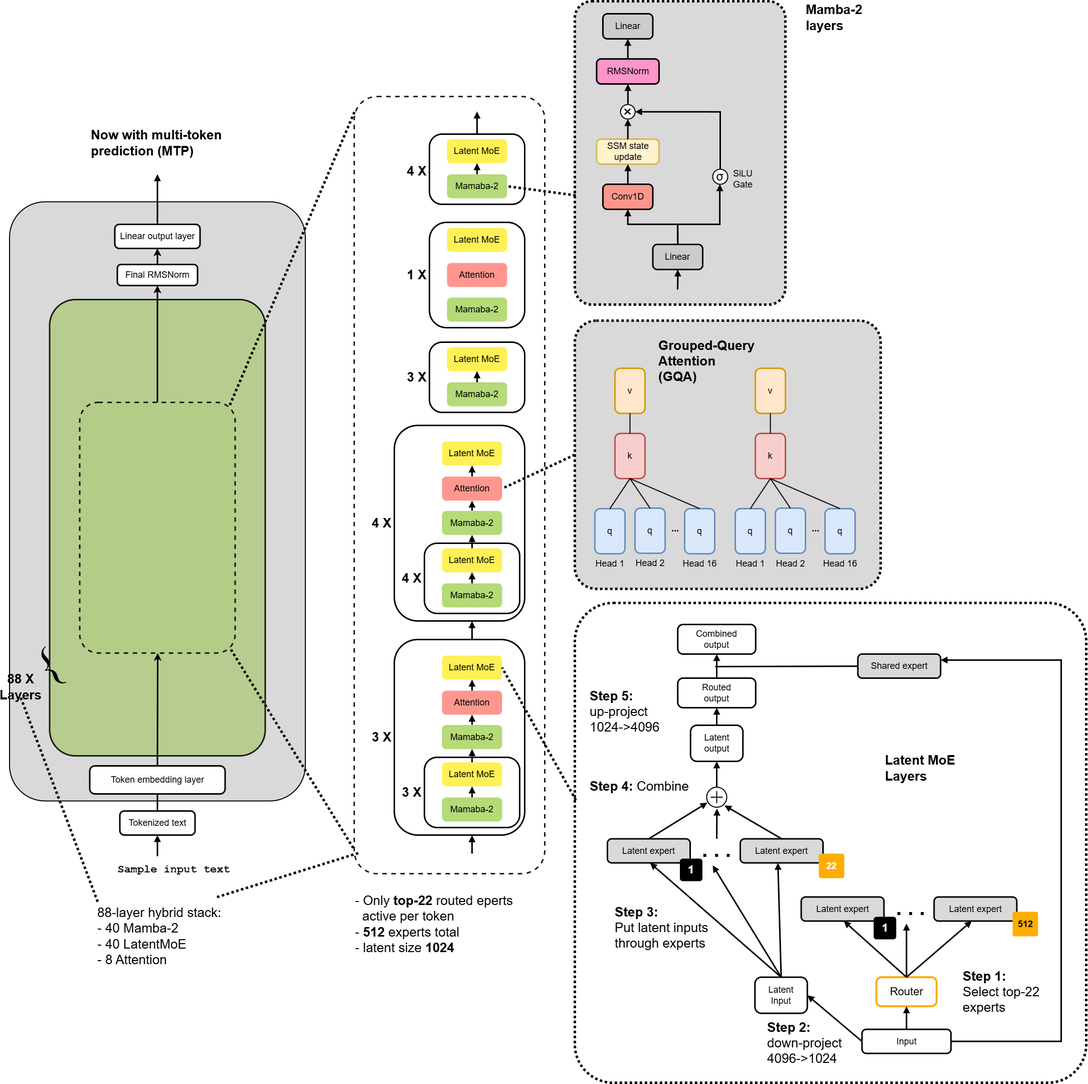
Before: Models/Nemotron/Nemotron-3-Super-(120B-A12B).drawio.png, a diagram exported from draw.io (EarthWind/deeparch). Source tidied: cells renumbered, new cells last; positions are measured from the earlier drawing's top-left corner, leaving out a move shared by most shapes.
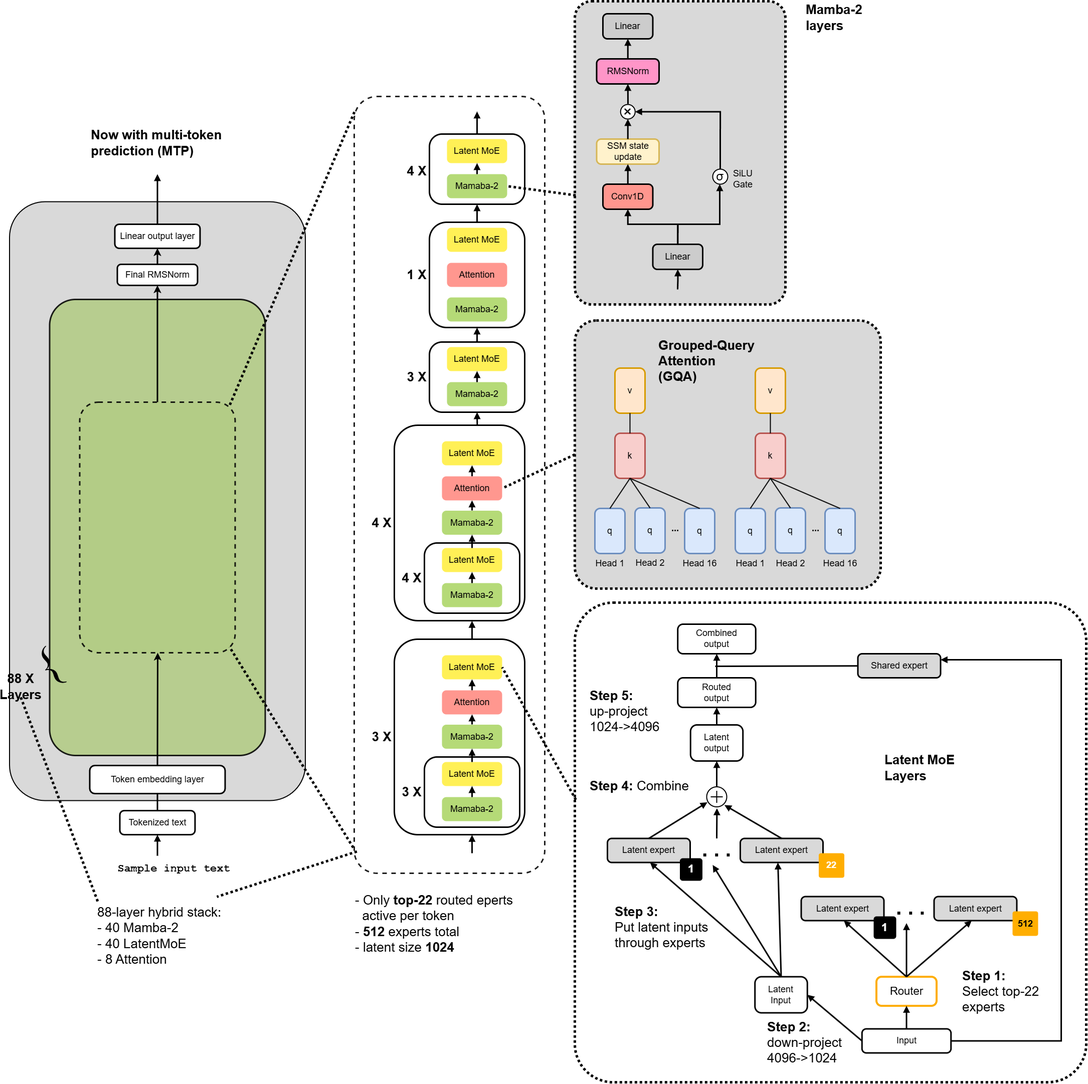
Later version of the same file.

Commit message:
feat models: add north-mini-code and nemotron-3-ulta model architectue.

Change to the diagram source:
```diff
@@ -557,13 +557,20 @@
     <mxCell id="162" value="&lt;div&gt;&lt;span style=&quot;font-weight: 400;&quot;&gt;- Only &lt;/span&gt;top-22&lt;span style=&quot;font-weight: 400;&quot;&gt; routed eperts&lt;/span&gt;&lt;/div&gt;&lt;div&gt;&lt;span style=&quot;font-weight: 400;&quot;&gt;&amp;nbsp; active per token&lt;/span&gt;&lt;/div&gt;&lt;div&gt;&lt;span style=&quot;font-weight: 400;&quot;&gt;- &lt;/span&gt;512&lt;span style=&quot;font-weight: 400;&quot;&gt; experts total&lt;/span&gt;&lt;/div&gt;&lt;div&gt;&lt;span style=&quot;font-weight: 400;&quot;&gt;- latent size &lt;/span&gt;1024&lt;/div&gt;" style="text;html=1;strokeColor=none;fillColor=none;align=left;verticalAlign=top;whiteSpace=wrap;rounded=0;fontFamily=Arial;fontSize=26;fontStyle=1;fontColor=#000000;align=left;verticalAlign=middle;" parent="1" vertex="1">
       <mxGeometry x="705" y="1758.8" width="340" height="163.5" as="geometry" />
     </mxCell>
-    <mxCell id="163" style="endArrow=none;html=1;rounded=0;strokeWidth=5;strokeColor=#000000;dashed=1;dashPattern=1 1;exitX=-0.005;exitY=0.967;exitDx=0;exitDy=0;exitPerimeter=0;entryX=0.922;entryY=0.024;entryDx=0;entryDy=0;entryPerimeter=0;" parent="1" edge="1" target="161">
-      <mxGeometry relative="1" as="geometry">
-        <mxPoint x="713" y="1699" as="sourcePoint" />
-      </mxGeometry>
+    <mxCell id="163" style="endArrow=none;html=1;rounded=0;strokeWidth=5;strokeColor=#000000;dashed=1;dashPattern=1 1;exitX=0.014;exitY=0.972;exitDx=0;exitDy=0;exitPerimeter=0;entryX=0.922;entryY=0.024;entryDx=0;entryDy=0;entryPerimeter=0;" parent="1" edge="1" source="3" target="161">
+      <mxGeometry relative="1" as="geometry" />
     </mxCell>
     <mxCell id="164" style="endArrow=none;html=1;rounded=0;strokeWidth=5;strokeColor=#000000;dashed=1;dashPattern=1 1;exitX=0.5;exitY=1;exitDx=0;exitDy=0;entryX=0.011;entryY=0.092;entryDx=0;entryDy=0;entryPerimeter=0;" parent="1" edge="1" source="17" target="161">
       <mxGeometry relative="1" as="geometry" />
     </mxCell>
+    <mxCell id="165" style="endArrow=block;html=1;rounded=0;strokeWidth=3;endFill=1;strokeColor=#000000;entryX=0.5;entryY=1;entryDx=0;entryDy=0;exitX=0.636;exitY=-0.002;exitDx=0;exitDy=0;exitPerimeter=0;" parent="1" edge="1" source="86" target="102">
+      <mxGeometry relative="1" as="geometry" />
+    </mxCell>
+    <mxCell id="166" style="endArrow=block;html=1;rounded=0;strokeWidth=3;endFill=1;strokeColor=#000000;entryX=0.5;entryY=1;entryDx=0;entryDy=0;exitX=0.5;exitY=0;exitDx=0;exitDy=0;" parent="1" edge="1" source="102" target="111">
+      <mxGeometry relative="1" as="geometry" />
+    </mxCell>
+    <mxCell id="167" style="endArrow=block;html=1;rounded=0;strokeWidth=3;endFill=1;strokeColor=#000000;entryX=0.5;entryY=1;entryDx=0;entryDy=0;exitX=0.5;exitY=0;exitDx=0;exitDy=0;" parent="1" edge="1" source="111" target="113">
+      <mxGeometry relative="1" as="geometry" />
+    </mxCell>
   </root>
 </mxGraphModel>
```
